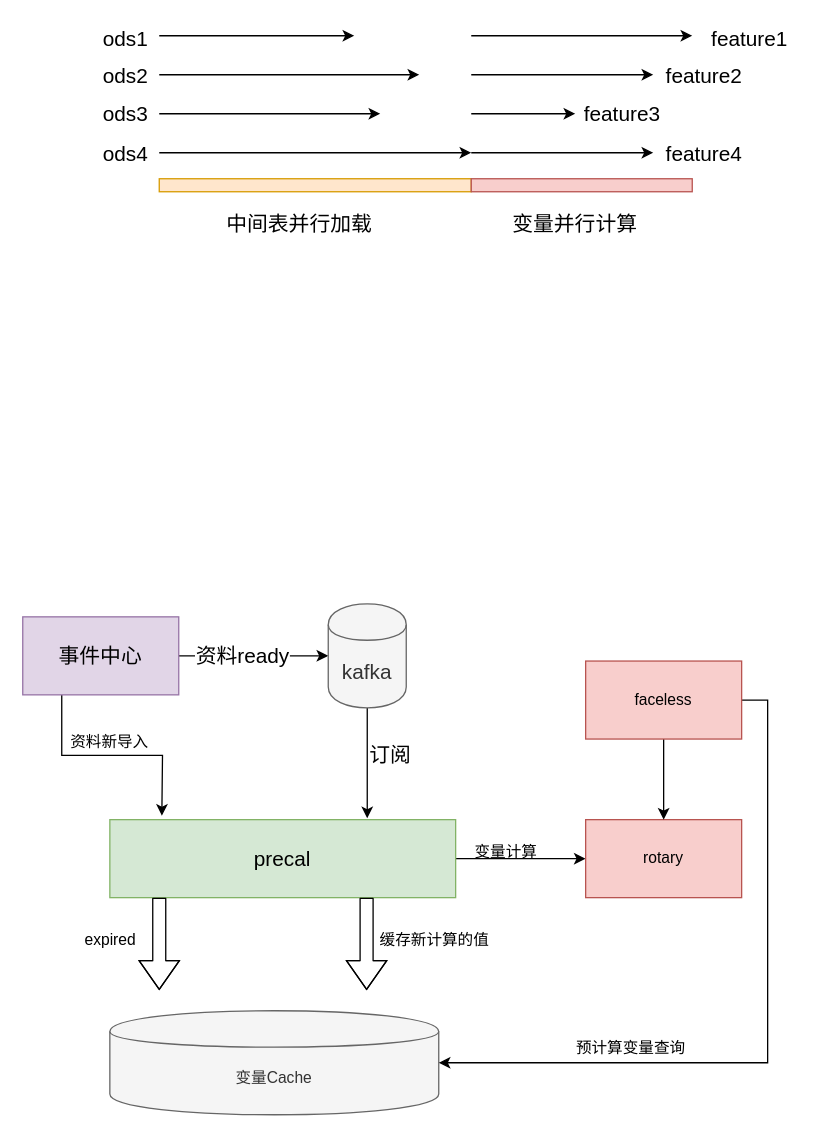
The draw.io diagram wacai-preload.drawio in jintianfan/draw-arc, before the edit. Source tidied: cells renumbered, new cells numbered last; positions are measured from the earlier drawing's top-left corner, leaving out a move shared by most shapes. Both pictures are drawn from the tidied source at 130%, with x=0, y=0 at pixel (22, 22).
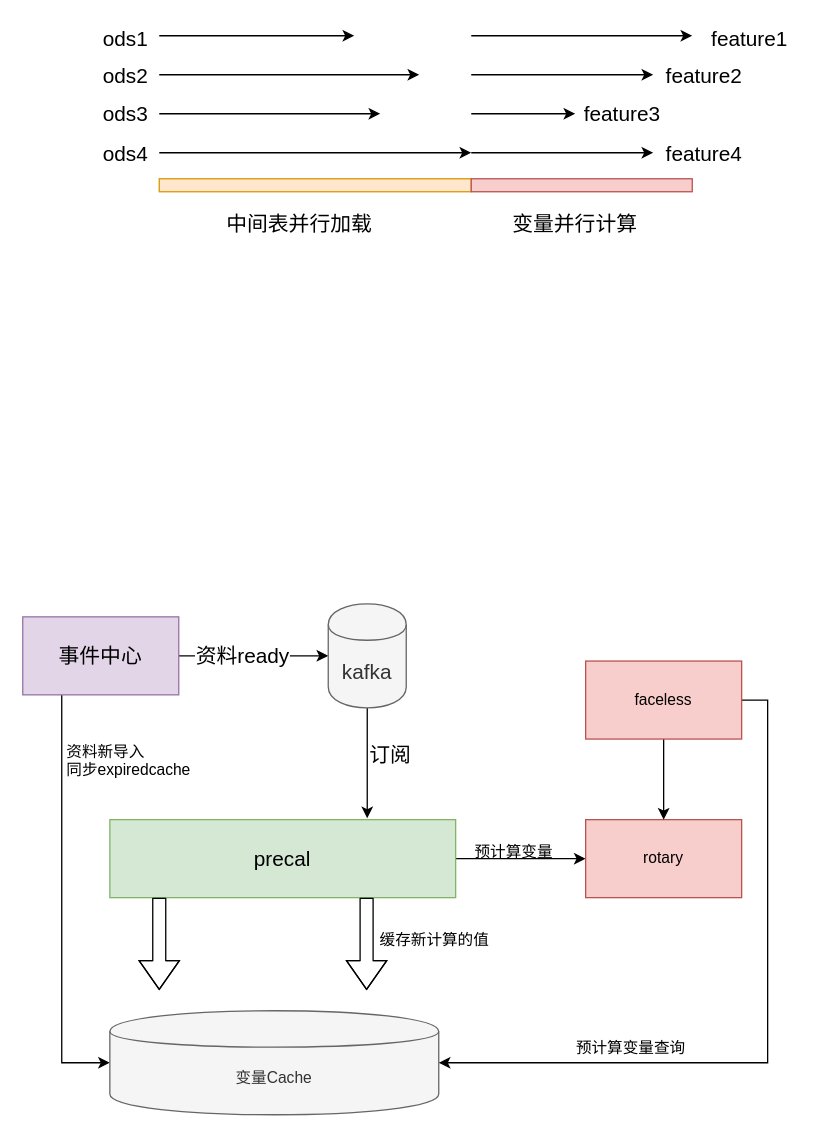
After the change.

Unchanged cells that the change refers to:
```xml
<mxCell id="25" value="事件中心" style="rounded=0;whiteSpace=wrap;html=1;fontSize=16;fillColor=#e1d5e7;strokeColor=#9673a6;" parent="1" vertex="1">
  <mxGeometry y="457" width="120" height="60" as="geometry" />
</mxCell>
<mxCell id="31" value="变量Cache" style="shape=cylinder;whiteSpace=wrap;html=1;boundedLbl=1;backgroundOutline=1;fillColor=#f5f5f5;strokeColor=#666666;fontColor=#333333;" parent="1" vertex="1">
  <mxGeometry x="67" y="760" width="253" height="80" as="geometry" />
</mxCell>
```

Change to the diagram source:
```diff
@@
-    <mxCell id="24" style="edgeStyle=orthogonalEdgeStyle;rounded=0;jettySize=auto;html=1;exitX=0.25;exitY=1;exitDx=0;exitDy=0;" parent="1" edge="1" source="25">
-      <mxGeometry relative="1" as="geometry">
-        <mxPoint x="107" y="610" as="targetPoint" />
-      </mxGeometry>
+    <mxCell id="24" style="edgeStyle=orthogonalEdgeStyle;rounded=0;jettySize=auto;html=1;exitX=0.25;exitY=1;exitDx=0;exitDy=0;entryX=0;entryY=0.5;entryDx=0;entryDy=0;" parent="1" edge="1" source="25" target="31">
+      <mxGeometry relative="1" as="geometry" />
     </mxCell>
@@
-    <mxCell id="32" value="资料新导入" style="text;html=1;align=left;verticalAlign=top;spacingTop=-4;" parent="1" vertex="1">
-      <mxGeometry x="35" y="544" width="70" height="14" as="geometry" />
+    <mxCell id="32" value="资料新导入&lt;br&gt;同步expiredcache" style="text;html=1;align=left;verticalAlign=top;spacingTop=-4;" parent="1" vertex="1">
+      <mxGeometry x="32" y="551" width="105" height="28" as="geometry" />
     </mxCell>
-    <mxCell id="33" value="expired" style="text;html=1;align=left;verticalAlign=top;spacingTop=-4;" parent="1" vertex="1">
-      <mxGeometry x="45.5" y="696" width="49" height="14" as="geometry" />
-    </mxCell>
@@
-    <mxCell id="38" value="变量计算" style="text;html=1;align=left;verticalAlign=top;spacingTop=-4;" parent="1" vertex="1">
-      <mxGeometry x="346" y="628" width="58" height="14" as="geometry" />
+    <mxCell id="38" value="预计算变量" style="text;html=1;align=left;verticalAlign=top;spacingTop=-4;" parent="1" vertex="1">
+      <mxGeometry x="346" y="628" width="70" height="14" as="geometry" />
     </mxCell>
```
